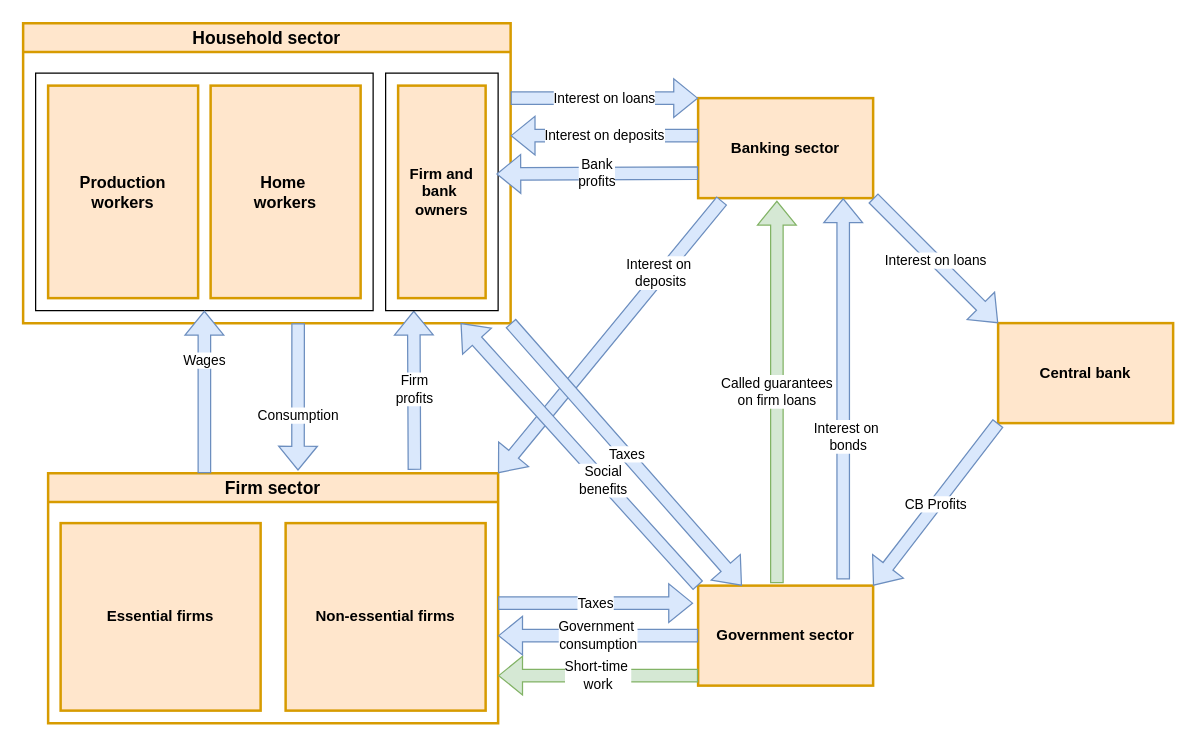
zauster/draw.io keeps this draw.io diagram as CovidABM_structure.drawio. Above is the earlier version. Source tidied: cells renumbered, new cells numbered last; positions are measured from the earlier drawing's top-left corner, leaving out a move shared by most shapes. Both pictures are drawn from the tidied source at 125%, with x=0, y=0 at pixel (22, 22).
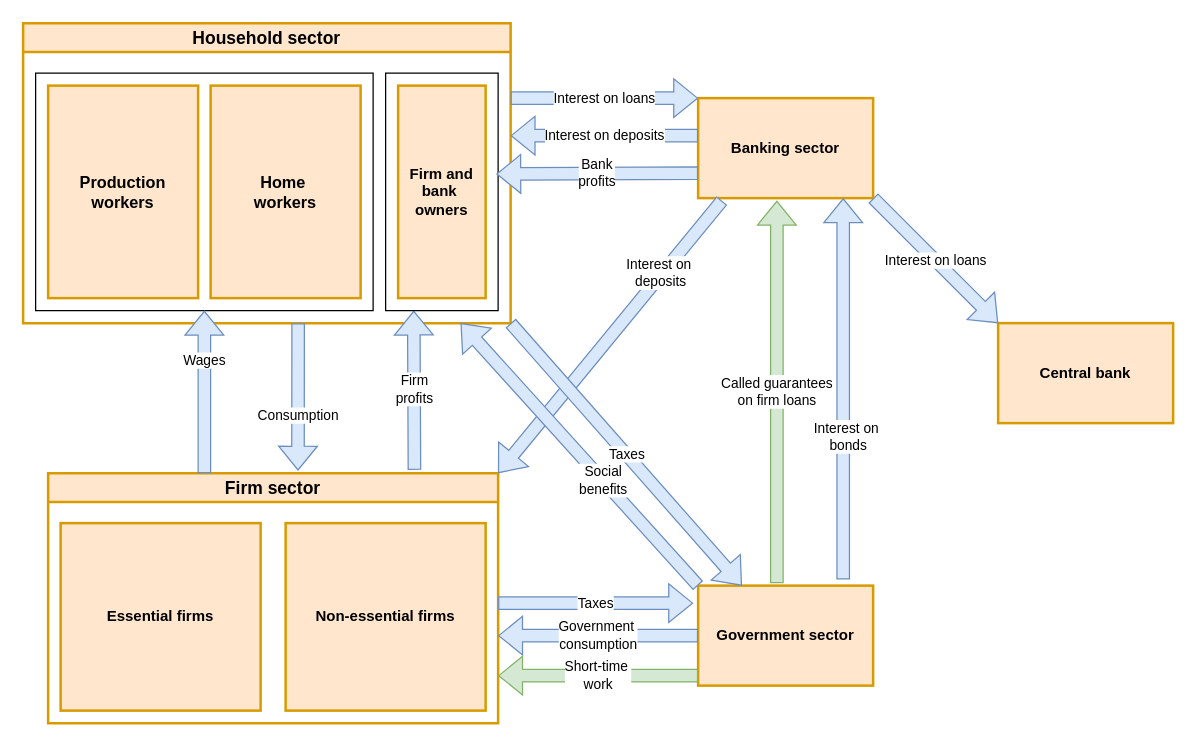
The same diagram, later.

Unchanged cells that the change refers to:
```xml
<mxCell id="10" value="&lt;b&gt;Government sector&lt;br&gt;&lt;/b&gt;" style="rounded=0;whiteSpace=wrap;html=1;fillColor=#ffe6cc;strokeColor=#d79b00;strokeWidth=2;" parent="1" vertex="1">
  <mxGeometry x="540" y="450" width="140" height="80" as="geometry" />
</mxCell>
<mxCell id="11" value="&lt;b&gt;Central bank&lt;/b&gt;" style="rounded=0;whiteSpace=wrap;html=1;fillColor=#ffe6cc;strokeColor=#d79b00;strokeWidth=2;" parent="1" vertex="1">
  <mxGeometry x="780" y="240" width="140" height="80" as="geometry" />
</mxCell>
```

Change to the diagram source:
```diff
@@
-    <mxCell id="25" value="CB Profits" style="shape=flexArrow;endArrow=classic;html=1;rounded=0;strokeColor=#6c8ebf;align=center;verticalAlign=middle;fontFamily=Helvetica;fontSize=11;fontColor=default;labelBackgroundColor=default;fillColor=#dae8fc;exitX=0;exitY=1;exitDx=0;exitDy=0;entryX=1;entryY=0;entryDx=0;entryDy=0;" parent="1" edge="1" source="11" target="10">
-      <mxGeometry relative="1" as="geometry" />
-    </mxCell>
```
